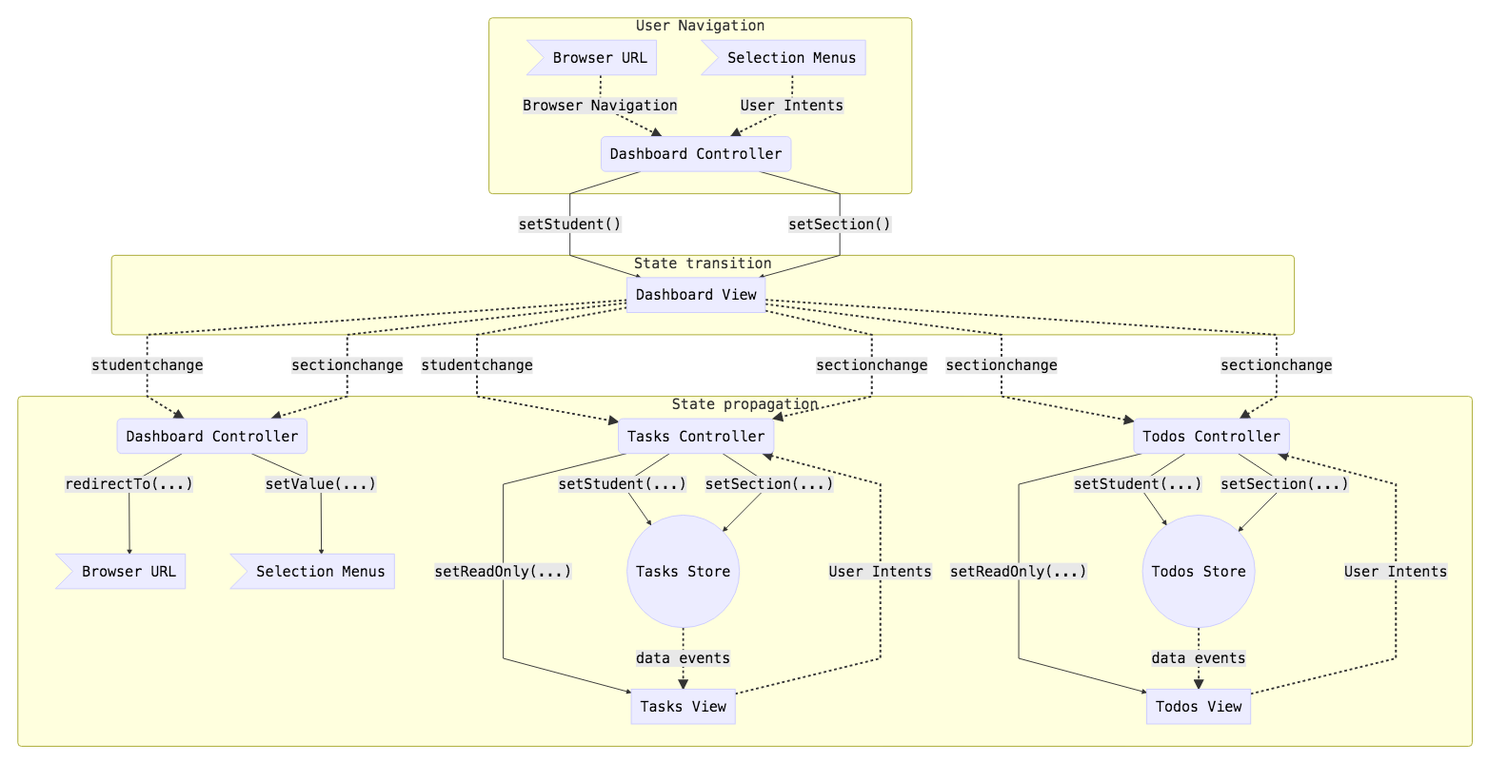
This is sencha-workspace/SlateTasksStudent/docs/state-flow.png from SlateFoundation/slate-cbl, a Mermaid export, as it was before one commit. Its source is kept beside it as sencha-workspace/SlateTasksStudent/docs/state-flow.mmd. Its diagram source:
```mermaid
graph TD
    NAV_HASH_IN>Browser URL]
    NAV_SELECTORS_IN>Selection Menus]
    NAV_HASH_OUT>Browser URL]
    NAV_SELECTORS_OUT>Selection Menus]

    CONTROLLER_MAIN_IN(Dashboard Controller)
    CONTROLLER_MAIN_OUT(Dashboard Controller)
    CONTROLLER_TASKS(Tasks Controller)
    CONTROLLER_TODOS(Todos Controller)

    STORE_TASKS((Tasks Store))
    STORE_TODOS((Todos Store))

    VIEW_MAIN[Dashboard View]
    VIEW_TASKS[Tasks View]
    VIEW_TODOS[Todos View]

    subgraph User Navigation
        NAV_HASH_IN -.-> |Browser Navigation| CONTROLLER_MAIN_IN
        NAV_SELECTORS_IN -.-> |User Intents| CONTROLLER_MAIN_IN
    end

    subgraph State transition
        CONTROLLER_MAIN_IN --> |"setStudent()"| VIEW_MAIN
        CONTROLLER_MAIN_IN --> |"setSection()"| VIEW_MAIN
    end

    subgraph State propagation
        VIEW_MAIN -.-> |studentchange| CONTROLLER_MAIN_OUT
        VIEW_MAIN -.-> |sectionchange| CONTROLLER_MAIN_OUT
        VIEW_MAIN -.-> |studentchange| CONTROLLER_TASKS
        VIEW_MAIN -.-> |sectionchange| CONTROLLER_TASKS
        VIEW_MAIN -.-> |sectionchange| CONTROLLER_TODOS
        VIEW_MAIN -.-> |sectionchange| CONTROLLER_TODOS

        CONTROLLER_MAIN_OUT --> |"redirectTo(...)"| NAV_HASH_OUT
        CONTROLLER_MAIN_OUT --> |"setValue(...)"| NAV_SELECTORS_OUT

        CONTROLLER_TASKS --> |"setReadOnly(...)"| VIEW_TASKS
        CONTROLLER_TASKS --> |"setStudent(...)"| STORE_TASKS
        CONTROLLER_TASKS --> |"setSection(...)"| STORE_TASKS

        CONTROLLER_TODOS --> |"setReadOnly(...)"| VIEW_TODOS
        CONTROLLER_TODOS --> |"setStudent(...)"| STORE_TODOS
        CONTROLLER_TODOS --> |"setSection(...)"| STORE_TODOS

        STORE_TASKS -.-> |data events| VIEW_TASKS
        STORE_TODOS -.-> |data events| VIEW_TODOS

        VIEW_TASKS -.-> |User Intents| CONTROLLER_TASKS
        VIEW_TODOS -.-> |User Intents| CONTROLLER_TODOS
    end
```
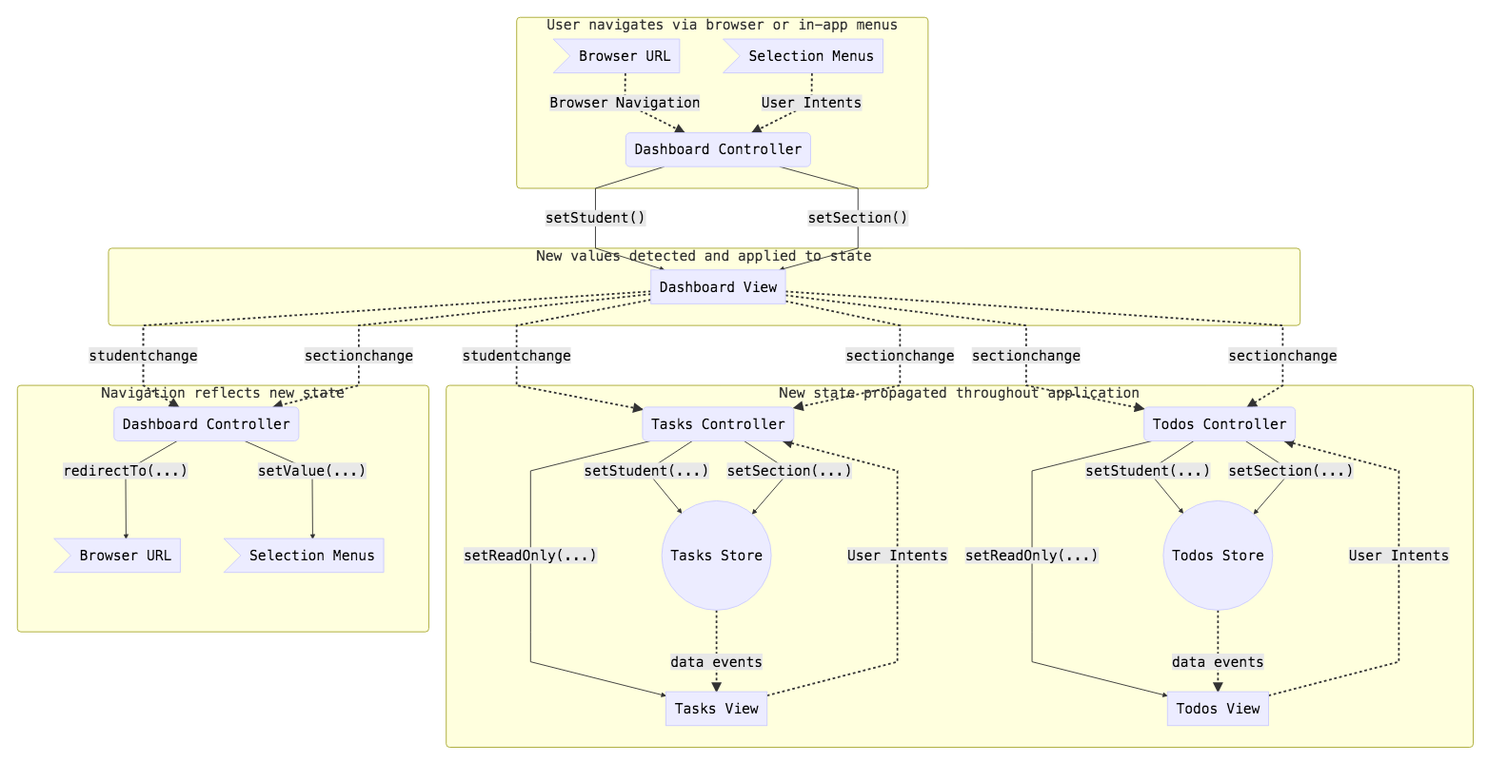
After the commit.

Commit message:
Break state reflection out from state transition phase and use phrases for subgroup titles

The edit, as a diff of the source:
```diff
@@ -16,26 +16,21 @@
     VIEW_TASKS[Tasks View]
     VIEW_TODOS[Todos View]
 
-    subgraph User Navigation
+    subgraph User navigates via browser or in-app menus
         NAV_HASH_IN -.-> |Browser Navigation| CONTROLLER_MAIN_IN
         NAV_SELECTORS_IN -.-> |User Intents| CONTROLLER_MAIN_IN
     end
 
-    subgraph State transition
+    subgraph New values detected and applied to state
         CONTROLLER_MAIN_IN --> |"setStudent()"| VIEW_MAIN
         CONTROLLER_MAIN_IN --> |"setSection()"| VIEW_MAIN
     end
 
-    subgraph State propagation
-        VIEW_MAIN -.-> |studentchange| CONTROLLER_MAIN_OUT
-        VIEW_MAIN -.-> |sectionchange| CONTROLLER_MAIN_OUT
+    subgraph New state propagated throughout application
         VIEW_MAIN -.-> |studentchange| CONTROLLER_TASKS
         VIEW_MAIN -.-> |sectionchange| CONTROLLER_TASKS
         VIEW_MAIN -.-> |sectionchange| CONTROLLER_TODOS
         VIEW_MAIN -.-> |sectionchange| CONTROLLER_TODOS
-
-        CONTROLLER_MAIN_OUT --> |"redirectTo(...)"| NAV_HASH_OUT
-        CONTROLLER_MAIN_OUT --> |"setValue(...)"| NAV_SELECTORS_OUT
 
         CONTROLLER_TASKS --> |"setReadOnly(...)"| VIEW_TASKS
         CONTROLLER_TASKS --> |"setStudent(...)"| STORE_TASKS
@@ -51,3 +46,10 @@
         VIEW_TASKS -.-> |User Intents| CONTROLLER_TASKS
         VIEW_TODOS -.-> |User Intents| CONTROLLER_TODOS
     end
+
+    subgraph Navigation reflects new state
+        VIEW_MAIN -.-> |studentchange| CONTROLLER_MAIN_OUT
+        VIEW_MAIN -.-> |sectionchange| CONTROLLER_MAIN_OUT
+        CONTROLLER_MAIN_OUT --> |"redirectTo(...)"| NAV_HASH_OUT
+        CONTROLLER_MAIN_OUT --> |"setValue(...)"| NAV_SELECTORS_OUT
+    end
```
